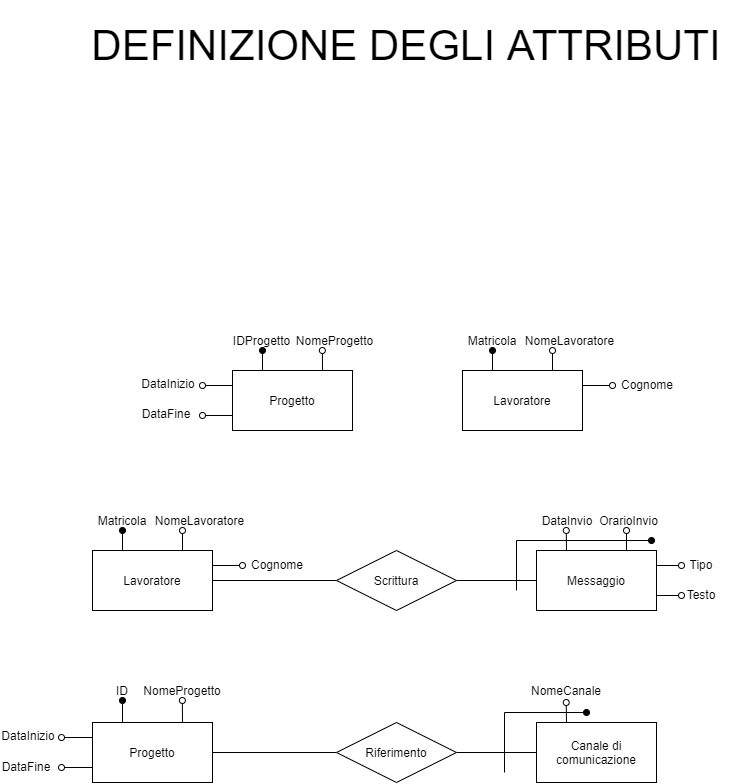
Earlier version of the draw.io export Relazione/Schema ER/definizione-attributi.png (martafra/BD-Chat-Multicanale). Source tidied: cells renumbered, new cells last; positions are measured from the earlier drawing's top-left corner, leaving out a move shared by most shapes.
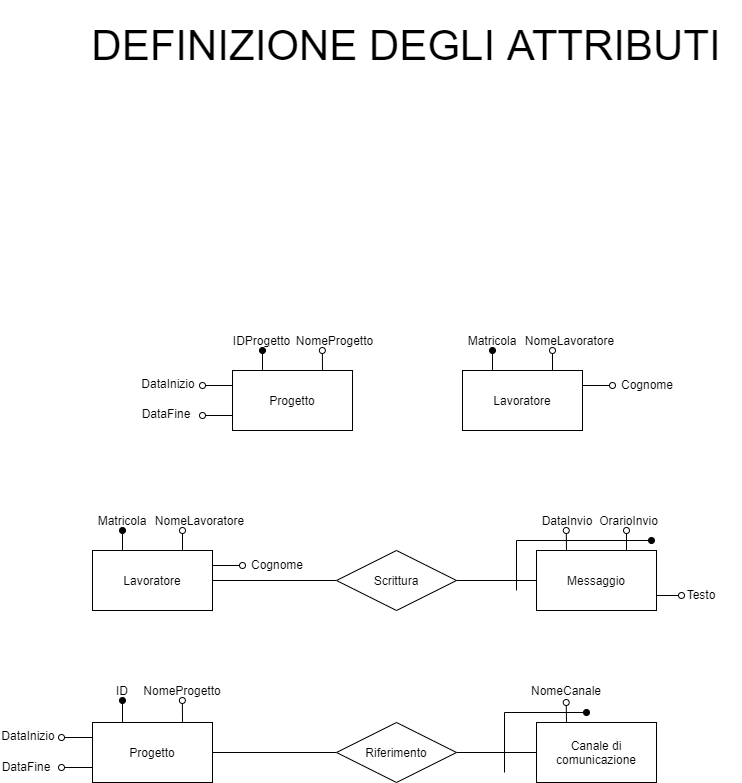
After the commit.

The edit, as a diff of the source:
```diff
@@ -80,11 +80,6 @@
         <mxPoint x="565.8" y="530" as="targetPoint" />
       </mxGeometry>
     </mxCell>
-    <mxCell id="22" style="edgeStyle=orthogonalEdgeStyle;rounded=0;jettySize=auto;html=1;exitX=1;exitY=0.25;exitDx=0;exitDy=0;endArrow=oval;endFill=0;" parent="1" edge="1" source="23">
-      <mxGeometry relative="1" as="geometry">
-        <mxPoint x="681" y="565" as="targetPoint" />
-      </mxGeometry>
-    </mxCell>
     <mxCell id="23" value="Messaggio" style="rounded=0;whiteSpace=wrap;html=1;" parent="1" vertex="1">
       <mxGeometry x="536" y="550" width="120" height="60" as="geometry" />
     </mxCell>
@@ -201,9 +196,6 @@
     <mxCell id="51" value="DataFine" style="text;html=1;strokeColor=none;fillColor=none;align=center;verticalAlign=middle;whiteSpace=wrap;rounded=0;" parent="1" vertex="1">
       <mxGeometry x="2" y="756" width="48" height="20" as="geometry" />
     </mxCell>
-    <mxCell id="52" value="Tipo" style="text;html=1;strokeColor=none;fillColor=none;align=center;verticalAlign=middle;whiteSpace=wrap;rounded=0;" parent="1" vertex="1">
-      <mxGeometry x="681" y="554" width="40" height="20" as="geometry" />
-    </mxCell>
     <mxCell id="53" style="edgeStyle=orthogonalEdgeStyle;rounded=0;jettySize=auto;html=1;exitX=1;exitY=0.75;exitDx=0;exitDy=0;endArrow=oval;endFill=0;" parent="1" edge="1" source="23">
       <mxGeometry relative="1" as="geometry">
         <mxPoint x="681" y="595" as="targetPoint" />
```
